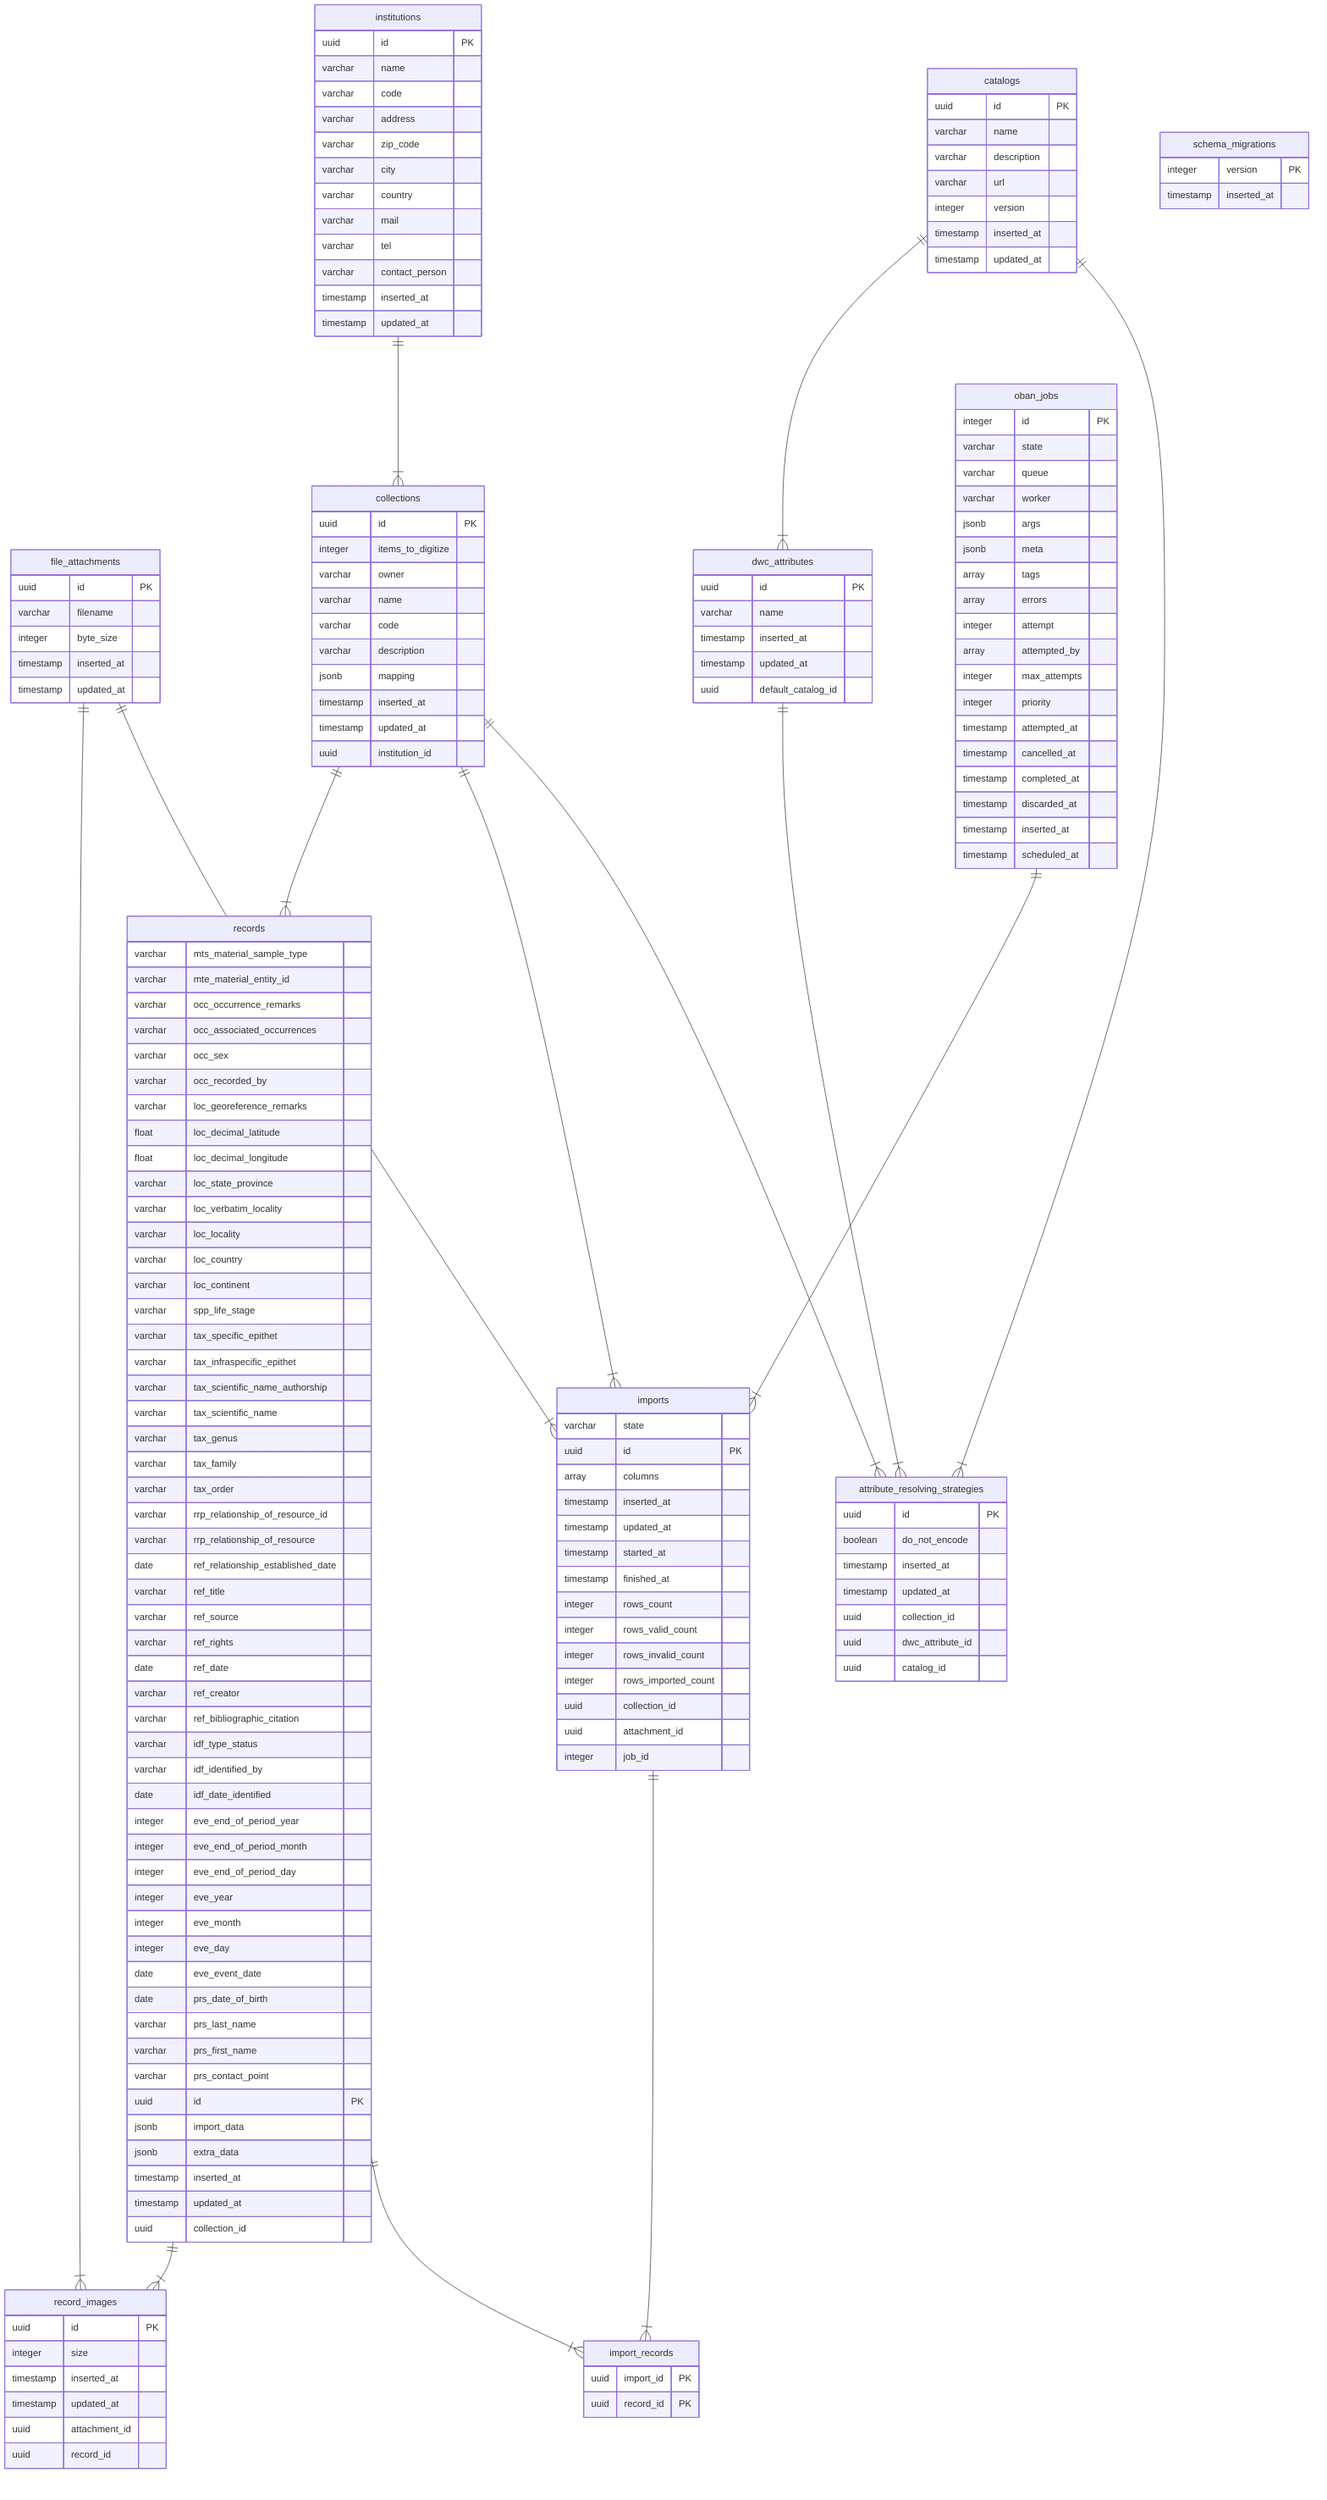
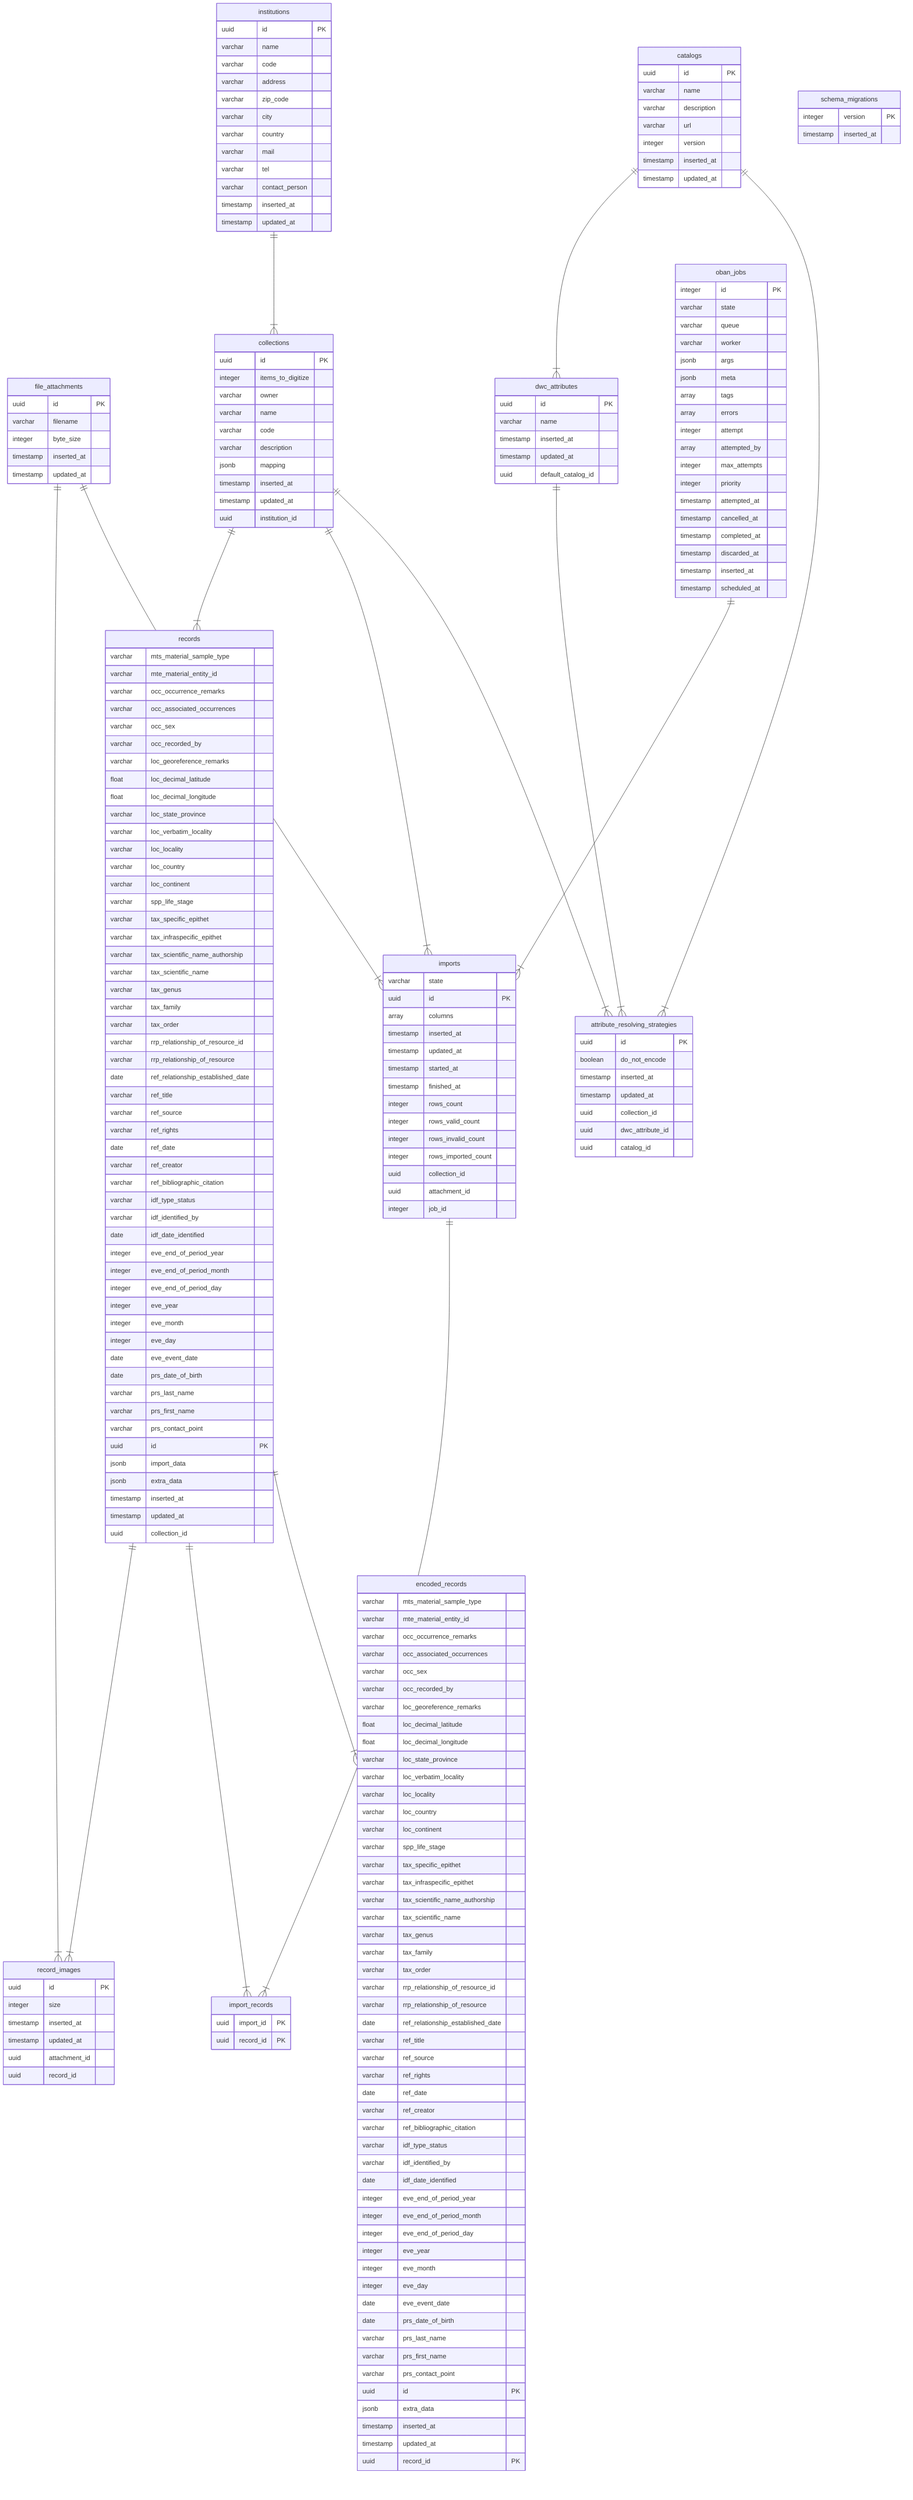
erDiagram
  file_attachments {
    uuid id PK
    varchar filename
    integer byte_size
    timestamp inserted_at
    timestamp updated_at
  }
  institutions {
    uuid id PK
    varchar name
    varchar code
    varchar address
    varchar zip_code
    varchar city
    varchar country
    varchar mail
    varchar tel
    varchar contact_person
    timestamp inserted_at
    timestamp updated_at
  }
  collections {
    uuid id PK
    integer items_to_digitize
    varchar owner
    varchar name
    varchar code
    varchar description
    jsonb mapping
    timestamp inserted_at
    timestamp updated_at
    uuid institution_id
+   }
+   encoded_records {
+     varchar mts_material_sample_type
+     varchar mte_material_entity_id
+     varchar occ_occurrence_remarks
+     varchar occ_associated_occurrences
+     varchar occ_sex
+     varchar occ_recorded_by
+     varchar loc_georeference_remarks
+     float loc_decimal_latitude
+     float loc_decimal_longitude
+     varchar loc_state_province
+     varchar loc_verbatim_locality
+     varchar loc_locality
+     varchar loc_country
+     varchar loc_continent
+     varchar spp_life_stage
+     varchar tax_specific_epithet
+     varchar tax_infraspecific_epithet
+     varchar tax_scientific_name_authorship
+     varchar tax_scientific_name
+     varchar tax_genus
+     varchar tax_family
+     varchar tax_order
+     varchar rrp_relationship_of_resource_id
+     varchar rrp_relationship_of_resource
+     date ref_relationship_established_date
+     varchar ref_title
+     varchar ref_source
+     varchar ref_rights
+     date ref_date
+     varchar ref_creator
+     varchar ref_bibliographic_citation
+     varchar idf_type_status
+     varchar idf_identified_by
+     date idf_date_identified
+     integer eve_end_of_period_year
+     integer eve_end_of_period_month
+     integer eve_end_of_period_day
+     integer eve_year
+     integer eve_month
+     integer eve_day
+     date eve_event_date
+     date prs_date_of_birth
+     varchar prs_last_name
+     varchar prs_first_name
+     varchar prs_contact_point
+     uuid id PK
+     jsonb extra_data
+     timestamp inserted_at
+     timestamp updated_at
+     uuid record_id PK
  }
  imports {
    varchar state
    uuid id PK
    array columns
    timestamp inserted_at
    timestamp updated_at
    timestamp started_at
    timestamp finished_at
    integer rows_count
    integer rows_valid_count
    integer rows_invalid_count
    integer rows_imported_count
    uuid collection_id
    uuid attachment_id
    integer job_id
  }
  import_records {
    uuid import_id PK
    uuid record_id PK
  }
  records {
    varchar mts_material_sample_type
    varchar mte_material_entity_id
    varchar occ_occurrence_remarks
    varchar occ_associated_occurrences
    varchar occ_sex
    varchar occ_recorded_by
    varchar loc_georeference_remarks
    float loc_decimal_latitude
    float loc_decimal_longitude
    varchar loc_state_province
    varchar loc_verbatim_locality
    varchar loc_locality
    varchar loc_country
    varchar loc_continent
    varchar spp_life_stage
    varchar tax_specific_epithet
    varchar tax_infraspecific_epithet
    varchar tax_scientific_name_authorship
    varchar tax_scientific_name
    varchar tax_genus
    varchar tax_family
    varchar tax_order
    varchar rrp_relationship_of_resource_id
    varchar rrp_relationship_of_resource
    date ref_relationship_established_date
    varchar ref_title
    varchar ref_source
    varchar ref_rights
    date ref_date
    varchar ref_creator
    varchar ref_bibliographic_citation
    varchar idf_type_status
    varchar idf_identified_by
    date idf_date_identified
    integer eve_end_of_period_year
    integer eve_end_of_period_month
    integer eve_end_of_period_day
    integer eve_year
    integer eve_month
    integer eve_day
    date eve_event_date
    date prs_date_of_birth
    varchar prs_last_name
    varchar prs_first_name
    varchar prs_contact_point
    uuid id PK
    jsonb import_data
    jsonb extra_data
    timestamp inserted_at
    timestamp updated_at
    uuid collection_id
  }
  record_images {
    uuid id PK
    integer size
    timestamp inserted_at
    timestamp updated_at
    uuid attachment_id
    uuid record_id
  }
  attribute_resolving_strategies {
    uuid id PK
    boolean do_not_encode
    timestamp inserted_at
    timestamp updated_at
    uuid collection_id
    uuid dwc_attribute_id
    uuid catalog_id
  }
  catalogs {
    uuid id PK
    varchar name
    varchar description
    varchar url
    integer version
    timestamp inserted_at
    timestamp updated_at
  }
  dwc_attributes {
    uuid id PK
    varchar name
    timestamp inserted_at
    timestamp updated_at
    uuid default_catalog_id
  }
  schema_migrations {
    integer version PK
    timestamp inserted_at
  }
  oban_jobs {
    integer id PK
    varchar state
    varchar queue
    varchar worker
    jsonb args
    jsonb meta
    array tags
    array errors
    integer attempt
    array attempted_by
    integer max_attempts
    integer priority
    timestamp attempted_at
    timestamp cancelled_at
    timestamp completed_at
    timestamp discarded_at
    timestamp inserted_at
    timestamp scheduled_at
  }
  catalogs ||--|{ attribute_resolving_strategies : ""
  catalogs ||--|{ dwc_attributes : ""
  collections ||--|{ attribute_resolving_strategies : ""
  collections ||--|{ imports : ""
  collections ||--|{ records : ""
  dwc_attributes ||--|{ attribute_resolving_strategies : ""
  file_attachments ||--|{ imports : ""
  file_attachments ||--|{ record_images : ""
  imports ||--|{ import_records : ""
  institutions ||--|{ collections : ""
  oban_jobs ||--|{ imports : ""
+   records ||--|{ encoded_records : ""
  records ||--|{ import_records : ""
  records ||--|{ record_images : ""
